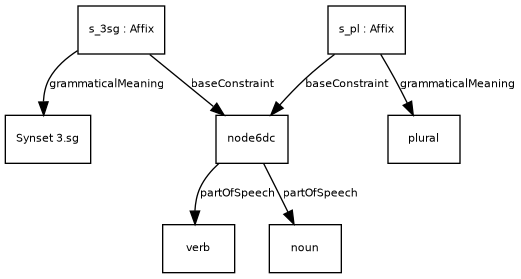
ontolex/morph keeps this Graphviz diagram as examples/example_5.png. Above is the earlier version. Its source is kept beside it as examples/example_5.dot.
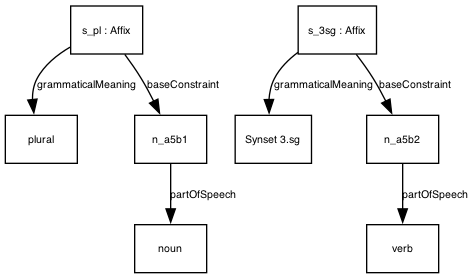
The same diagram one commit later.

What changed in the source:
```diff
@@ -13,18 +13,18 @@
       fontsize = 8
     ]
 
+plural [ label="{plural}" ]
+s_pl -> plural [ label="grammaticalMeaning" ]
+noun [ label="{noun}" ]
+n_a5b1 -> noun [ label="partOfSpeech" ]
+n_a5b1 [ label="{n_a5b1}" ]
+s_pl -> n_a5b1 [ label="baseConstraint" ]
+s_pl [ label="{s_pl : Affix}" ]
 Synset3sg [ label="{Synset 3.sg}" ]
 s_3sg -> Synset3sg [ label="grammaticalMeaning" ]
 verb [ label="{verb}" ]
-node6dc -> verb [ label="partOfSpeech" ]
-node6dc [ label="{node6dc}" ]
-s_3sg -> node6dc [ label="baseConstraint" ]
+n_a5b2 -> verb [ label="partOfSpeech" ]
+n_a5b2 [ label="{n_a5b2}" ]
+s_3sg -> n_a5b2 [ label="baseConstraint" ]
 s_3sg [ label="{s_3sg : Affix}" ]
-plural [ label="{plural}" ]
-s_pl -> plural [ label="grammaticalMeaning" ]
-noun [ label="{noun}" ]
-node6dc -> noun [ label="partOfSpeech" ]
-node6dc [ label="{node6dc}" ]
-s_pl -> node6dc [ label="baseConstraint" ]
-s_pl [ label="{s_pl : Affix}" ]
 }
```
